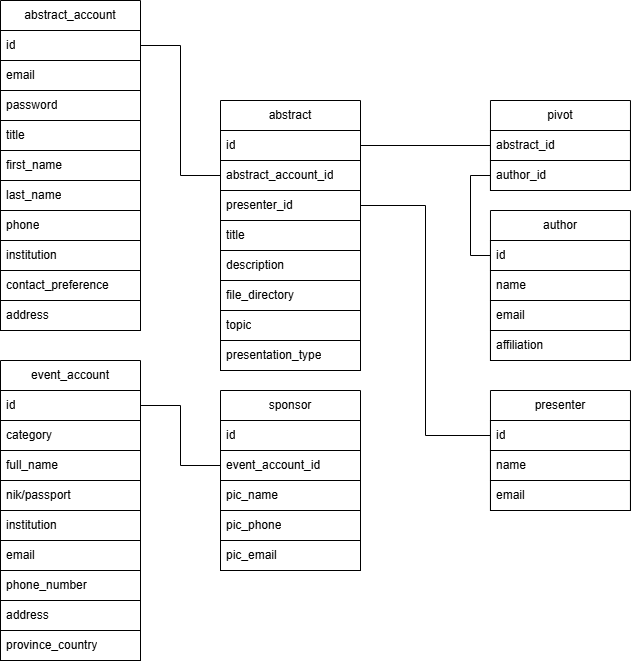
This is notes/classDiagram.drawio.png from LaughingOracle/abstrak, a draw.io export, as it was before one commit. Source tidied: cells renumbered, new cells last; positions are measured from the earlier drawing's top-left corner, leaving out a move shared by most shapes.
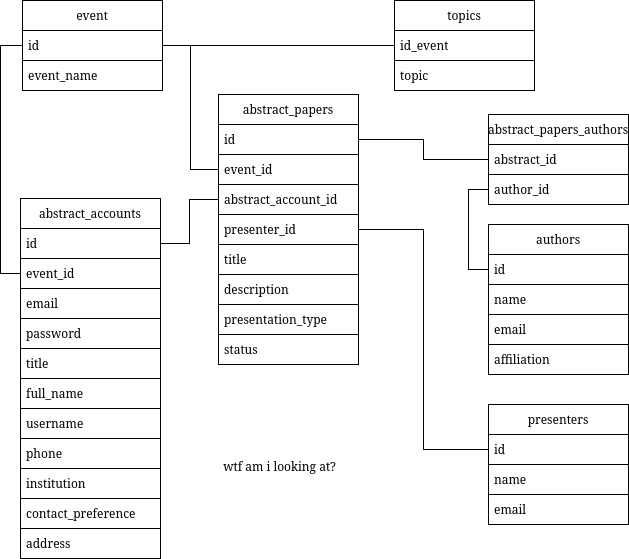
Later version of the same file.

The edit, as a diff of the source:
```diff
@@ -2,97 +2,70 @@
   <root>
     <mxCell id="0" />
     <mxCell id="1" parent="0" />
-    <mxCell id="2" value="abstract_account" style="swimlane;fontStyle=0;horizontal=1;startSize=30;html=1;labelBorderColor=none;textShadow=0;swimlaneFillColor=none;swimlaneLine=1;glass=0;strokeColor=default;perimeterSpacing=1;fillStyle=zigzag-line;gradientColor=none;fillColor=none;shadow=0;rounded=0;whiteSpace=wrap;labelBackgroundColor=default;" parent="1" vertex="1">
-      <mxGeometry width="140" height="330" as="geometry" />
+    <mxCell id="2" value="abstract_accounts" style="swimlane;fontStyle=0;horizontal=1;startSize=30;html=1;labelBorderColor=none;textShadow=0;swimlaneFillColor=none;swimlaneLine=1;glass=0;strokeColor=default;perimeterSpacing=1;fillStyle=zigzag-line;gradientColor=none;fillColor=none;shadow=0;rounded=0;whiteSpace=wrap;labelBackgroundColor=default;" parent="1" vertex="1">
+      <mxGeometry x="22" y="184" width="140" height="360" as="geometry" />
     </mxCell>
     <mxCell id="3" value="id" style="text;strokeColor=default;fillColor=none;align=left;verticalAlign=middle;spacingLeft=4;spacingRight=4;overflow=hidden;points=[[0,0.5],[1,0.5]];portConstraint=eastwest;whiteSpace=wrap;html=1;" parent="2" vertex="1">
       <mxGeometry y="30" width="140" height="30" as="geometry" />
     </mxCell>
+    <mxCell id="58" value="event_id" style="text;strokeColor=default;fillColor=none;align=left;verticalAlign=middle;spacingLeft=4;spacingRight=4;overflow=hidden;points=[[0,0.5],[1,0.5]];portConstraint=eastwest;whiteSpace=wrap;html=1;" parent="2" vertex="1">
+      <mxGeometry y="60" width="140" height="30" as="geometry" />
+    </mxCell>
     <mxCell id="4" value="email" style="text;strokeColor=default;fillColor=none;align=left;verticalAlign=middle;spacingLeft=4;spacingRight=4;overflow=hidden;whiteSpace=wrap;html=1;" parent="2" vertex="1">
-      <mxGeometry y="60" width="140" height="30" as="geometry" />
+      <mxGeometry y="90" width="140" height="30" as="geometry" />
     </mxCell>
     <mxCell id="5" value="password" style="text;strokeColor=default;fillColor=none;align=left;verticalAlign=middle;spacingLeft=4;spacingRight=4;overflow=hidden;whiteSpace=wrap;html=1;" parent="2" vertex="1">
-      <mxGeometry y="90" width="140" height="30" as="geometry" />
+      <mxGeometry y="120" width="140" height="30" as="geometry" />
     </mxCell>
     <mxCell id="6" value="title" style="text;strokeColor=default;fillColor=none;align=left;verticalAlign=middle;spacingLeft=4;spacingRight=4;overflow=hidden;whiteSpace=wrap;html=1;" parent="2" vertex="1">
-      <mxGeometry y="120" width="140" height="30" as="geometry" />
+      <mxGeometry y="150" width="140" height="30" as="geometry" />
     </mxCell>
-    <mxCell id="7" value="first_name" style="text;strokeColor=default;fillColor=none;align=left;verticalAlign=middle;spacingLeft=4;spacingRight=4;overflow=hidden;whiteSpace=wrap;html=1;" parent="2" vertex="1">
-      <mxGeometry y="150" width="140" height="30" as="geometry" />
+    <mxCell id="7" value="full_name" style="text;strokeColor=default;fillColor=none;align=left;verticalAlign=middle;spacingLeft=4;spacingRight=4;overflow=hidden;whiteSpace=wrap;html=1;" parent="2" vertex="1">
+      <mxGeometry y="180" width="140" height="30" as="geometry" />
     </mxCell>
-    <mxCell id="8" value="last_name" style="text;strokeColor=default;fillColor=none;align=left;verticalAlign=middle;spacingLeft=4;spacingRight=4;overflow=hidden;whiteSpace=wrap;html=1;" parent="2" vertex="1">
-      <mxGeometry y="180" width="140" height="30" as="geometry" />
+    <mxCell id="8" value="username" style="text;strokeColor=default;fillColor=none;align=left;verticalAlign=middle;spacingLeft=4;spacingRight=4;overflow=hidden;whiteSpace=wrap;html=1;" parent="2" vertex="1">
+      <mxGeometry y="210" width="140" height="30" as="geometry" />
     </mxCell>
     <mxCell id="9" value="phone" style="text;strokeColor=default;fillColor=none;align=left;verticalAlign=middle;spacingLeft=4;spacingRight=4;overflow=hidden;whiteSpace=wrap;html=1;" parent="2" vertex="1">
-      <mxGeometry y="210" width="140" height="30" as="geometry" />
+      <mxGeometry y="240" width="140" height="30" as="geometry" />
     </mxCell>
     <mxCell id="10" value="institution" style="text;strokeColor=default;fillColor=none;align=left;verticalAlign=middle;spacingLeft=4;spacingRight=4;overflow=hidden;whiteSpace=wrap;html=1;" parent="2" vertex="1">
-      <mxGeometry y="240" width="140" height="30" as="geometry" />
+      <mxGeometry y="270" width="140" height="30" as="geometry" />
     </mxCell>
     <mxCell id="11" value="contact_preference" style="text;strokeColor=default;fillColor=none;align=left;verticalAlign=middle;spacingLeft=4;spacingRight=4;overflow=hidden;whiteSpace=wrap;html=1;" parent="2" vertex="1">
-      <mxGeometry y="270" width="140" height="30" as="geometry" />
+      <mxGeometry y="300" width="140" height="30" as="geometry" />
     </mxCell>
     <mxCell id="12" value="address" style="text;strokeColor=default;fillColor=none;align=left;verticalAlign=middle;spacingLeft=4;spacingRight=4;overflow=hidden;whiteSpace=wrap;html=1;" parent="2" vertex="1">
-      <mxGeometry y="300" width="140" height="30" as="geometry" />
+      <mxGeometry y="330" width="140" height="30" as="geometry" />
     </mxCell>
-    <mxCell id="13" value="event_account" style="swimlane;fontStyle=0;horizontal=1;startSize=30;whiteSpace=wrap;html=1;" parent="1" vertex="1">
-      <mxGeometry y="360" width="140" height="300" as="geometry" />
-    </mxCell>
-    <mxCell id="14" value="id" style="text;strokeColor=default;fillColor=none;align=left;verticalAlign=middle;spacingLeft=4;spacingRight=4;overflow=hidden;points=[[0,0.5],[1,0.5]];portConstraint=eastwest;whiteSpace=wrap;html=1;" parent="13" vertex="1">
-      <mxGeometry y="30" width="140" height="30" as="geometry" />
-    </mxCell>
-    <mxCell id="15" value="category" style="text;strokeColor=default;fillColor=none;align=left;verticalAlign=middle;spacingLeft=4;spacingRight=4;overflow=hidden;whiteSpace=wrap;html=1;" parent="13" vertex="1">
-      <mxGeometry y="60" width="140" height="30" as="geometry" />
-    </mxCell>
-    <mxCell id="16" value="full_name" style="text;strokeColor=default;fillColor=none;align=left;verticalAlign=middle;spacingLeft=4;spacingRight=4;overflow=hidden;whiteSpace=wrap;html=1;" parent="13" vertex="1">
-      <mxGeometry y="90" width="140" height="30" as="geometry" />
-    </mxCell>
-    <mxCell id="17" value="nik/passport" style="text;strokeColor=default;fillColor=none;align=left;verticalAlign=middle;spacingLeft=4;spacingRight=4;overflow=hidden;whiteSpace=wrap;html=1;" parent="13" vertex="1">
-      <mxGeometry y="120" width="140" height="30" as="geometry" />
-    </mxCell>
-    <mxCell id="18" value="institution" style="text;strokeColor=default;fillColor=none;align=left;verticalAlign=middle;spacingLeft=4;spacingRight=4;overflow=hidden;whiteSpace=wrap;html=1;" parent="13" vertex="1">
-      <mxGeometry y="150" width="140" height="30" as="geometry" />
-    </mxCell>
-    <mxCell id="19" value="email" style="text;strokeColor=default;fillColor=none;align=left;verticalAlign=middle;spacingLeft=4;spacingRight=4;overflow=hidden;whiteSpace=wrap;html=1;" parent="13" vertex="1">
-      <mxGeometry y="180" width="140" height="30" as="geometry" />
-    </mxCell>
-    <mxCell id="20" value="phone_number" style="text;strokeColor=default;fillColor=none;align=left;verticalAlign=middle;spacingLeft=4;spacingRight=4;overflow=hidden;whiteSpace=wrap;html=1;" parent="13" vertex="1">
-      <mxGeometry y="210" width="140" height="30" as="geometry" />
-    </mxCell>
-    <mxCell id="21" value="address" style="text;strokeColor=default;fillColor=none;align=left;verticalAlign=middle;spacingLeft=4;spacingRight=4;overflow=hidden;whiteSpace=wrap;html=1;" parent="13" vertex="1">
-      <mxGeometry y="240" width="140" height="30" as="geometry" />
-    </mxCell>
-    <mxCell id="22" value="province_country" style="text;strokeColor=default;fillColor=none;align=left;verticalAlign=middle;spacingLeft=4;spacingRight=4;overflow=hidden;whiteSpace=wrap;html=1;" parent="13" vertex="1">
-      <mxGeometry y="270" width="140" height="30" as="geometry" />
-    </mxCell>
-    <mxCell id="23" value="abstract" style="swimlane;fontStyle=0;horizontal=1;startSize=30;whiteSpace=wrap;html=1;" parent="1" vertex="1">
-      <mxGeometry x="220" y="100" width="140" height="270" as="geometry" />
+    <mxCell id="23" value="abstract_papers" style="swimlane;fontStyle=0;horizontal=1;startSize=30;whiteSpace=wrap;html=1;" parent="1" vertex="1">
+      <mxGeometry x="220" y="80" width="140" height="270" as="geometry" />
     </mxCell>
     <mxCell id="24" value="id" style="text;strokeColor=default;fillColor=none;align=left;verticalAlign=middle;spacingLeft=4;spacingRight=4;overflow=hidden;points=[[0,0.5],[1,0.5]];portConstraint=eastwest;whiteSpace=wrap;html=1;" parent="23" vertex="1">
       <mxGeometry y="30" width="140" height="30" as="geometry" />
     </mxCell>
+    <mxCell id="59" value="event_id" style="text;strokeColor=default;fillColor=none;align=left;verticalAlign=middle;spacingLeft=4;spacingRight=4;overflow=hidden;points=[[0,0.5],[1,0.5]];portConstraint=eastwest;whiteSpace=wrap;html=1;" parent="23" vertex="1">
+      <mxGeometry y="60" width="140" height="30" as="geometry" />
+    </mxCell>
     <mxCell id="25" value="abstract_account_id" style="text;strokeColor=default;fillColor=none;align=left;verticalAlign=middle;spacingLeft=4;spacingRight=4;overflow=hidden;points=[[0,0.5],[1,0.5]];portConstraint=eastwest;whiteSpace=wrap;html=1;" parent="23" vertex="1">
-      <mxGeometry y="60" width="140" height="30" as="geometry" />
+      <mxGeometry y="90" width="140" height="30" as="geometry" />
     </mxCell>
     <mxCell id="26" value="presenter_id" style="text;strokeColor=default;fillColor=none;align=left;verticalAlign=middle;spacingLeft=4;spacingRight=4;overflow=hidden;points=[[0,0.5],[1,0.5]];portConstraint=eastwest;whiteSpace=wrap;html=1;" parent="23" vertex="1">
-      <mxGeometry y="90" width="140" height="30" as="geometry" />
+      <mxGeometry y="120" width="140" height="30" as="geometry" />
     </mxCell>
     <mxCell id="27" value="title" style="text;strokeColor=default;fillColor=none;align=left;verticalAlign=middle;spacingLeft=4;spacingRight=4;overflow=hidden;whiteSpace=wrap;html=1;" parent="23" vertex="1">
-      <mxGeometry y="120" width="140" height="30" as="geometry" />
+      <mxGeometry y="150" width="140" height="30" as="geometry" />
     </mxCell>
     <mxCell id="28" value="description" style="text;strokeColor=default;fillColor=none;align=left;verticalAlign=middle;spacingLeft=4;spacingRight=4;overflow=hidden;whiteSpace=wrap;html=1;" parent="23" vertex="1">
-      <mxGeometry y="150" width="140" height="30" as="geometry" />
+      <mxGeometry y="180" width="140" height="30" as="geometry" />
     </mxCell>
-    <mxCell id="29" value="file_directory" style="text;strokeColor=default;fillColor=none;align=left;verticalAlign=middle;spacingLeft=4;spacingRight=4;overflow=hidden;whiteSpace=wrap;html=1;" parent="23" vertex="1">
-      <mxGeometry y="180" width="140" height="30" as="geometry" />
-    </mxCell>
-    <mxCell id="30" value="topic" style="text;strokeColor=default;fillColor=none;align=left;verticalAlign=middle;spacingLeft=4;spacingRight=4;overflow=hidden;whiteSpace=wrap;html=1;" parent="23" vertex="1">
-      <mxGeometry y="210" width="140" height="30" as="geometry" />
-    </mxCell>
     <mxCell id="31" value="presentation_type" style="text;strokeColor=default;fillColor=none;align=left;verticalAlign=middle;spacingLeft=4;spacingRight=4;overflow=hidden;whiteSpace=wrap;html=1;" parent="23" vertex="1">
-      <mxGeometry y="240" width="140" height="30" as="geometry" />
+      <mxGeometry y="210" width="140" height="30" as="geometry" />
     </mxCell>
+    <mxCell id="60" value="status" style="text;strokeColor=default;fillColor=none;align=left;verticalAlign=middle;spacingLeft=4;spacingRight=4;overflow=hidden;whiteSpace=wrap;html=1;" parent="23" vertex="1">
+      <mxGeometry y="240" width="140" height="30" as="geometry" />
+    </mxCell>
-    <mxCell id="32" value="author" style="swimlane;fontStyle=0;horizontal=1;startSize=30;whiteSpace=wrap;html=1;" parent="1" vertex="1">
+    <mxCell id="32" value="authors" style="swimlane;fontStyle=0;horizontal=1;startSize=30;whiteSpace=wrap;html=1;" parent="1" vertex="1">
       <mxGeometry x="490" y="210" width="140" height="150" as="geometry" />
     </mxCell>
     <mxCell id="33" value="id" style="text;strokeColor=default;fillColor=none;align=left;verticalAlign=middle;spacingLeft=4;spacingRight=4;overflow=hidden;points=[[0,0.5],[1,0.5]];portConstraint=eastwest;whiteSpace=wrap;html=1;" parent="32" vertex="1">
@@ -107,7 +80,7 @@
     <mxCell id="36" value="affiliation" style="text;strokeColor=default;fillColor=none;align=left;verticalAlign=middle;spacingLeft=4;spacingRight=4;overflow=hidden;whiteSpace=wrap;html=1;" parent="32" vertex="1">
       <mxGeometry y="120" width="140" height="30" as="geometry" />
     </mxCell>
-    <mxCell id="37" value="presenter" style="swimlane;fontStyle=0;horizontal=1;startSize=30;whiteSpace=wrap;html=1;" parent="1" vertex="1">
+    <mxCell id="37" value="presenters" style="swimlane;fontStyle=0;horizontal=1;startSize=30;whiteSpace=wrap;html=1;" parent="1" vertex="1">
       <mxGeometry x="490" y="390" width="140" height="120" as="geometry" />
     </mxCell>
     <mxCell id="38" value="id" style="text;strokeColor=default;fillColor=none;align=left;verticalAlign=middle;spacingLeft=4;spacingRight=4;overflow=hidden;points=[[0,0.5],[1,0.5]];portConstraint=eastwest;whiteSpace=wrap;html=1;" parent="37" vertex="1">
@@ -119,31 +92,10 @@
     <mxCell id="40" value="email" style="text;strokeColor=default;fillColor=none;align=left;verticalAlign=middle;spacingLeft=4;spacingRight=4;overflow=hidden;whiteSpace=wrap;html=1;" parent="37" vertex="1">
       <mxGeometry y="90" width="140" height="30" as="geometry" />
     </mxCell>
-    <mxCell id="41" value="sponsor" style="swimlane;fontStyle=0;horizontal=1;startSize=30;whiteSpace=wrap;html=1;" parent="1" vertex="1">
-      <mxGeometry x="220" y="390" width="140" height="180" as="geometry" />
-    </mxCell>
-    <mxCell id="42" value="id" style="text;strokeColor=default;fillColor=none;align=left;verticalAlign=middle;spacingLeft=4;spacingRight=4;overflow=hidden;whiteSpace=wrap;html=1;" parent="41" vertex="1">
-      <mxGeometry y="30" width="140" height="30" as="geometry" />
-    </mxCell>
-    <mxCell id="43" value="event_account_id" style="text;strokeColor=default;fillColor=none;align=left;verticalAlign=middle;spacingLeft=4;spacingRight=4;overflow=hidden;points=[[0,0.5],[1,0.5]];portConstraint=eastwest;whiteSpace=wrap;html=1;" parent="41" vertex="1">
-      <mxGeometry y="60" width="140" height="30" as="geometry" />
-    </mxCell>
-    <mxCell id="44" value="pic_name" style="text;strokeColor=default;fillColor=none;align=left;verticalAlign=middle;spacingLeft=4;spacingRight=4;overflow=hidden;whiteSpace=wrap;html=1;" parent="41" vertex="1">
-      <mxGeometry y="90" width="140" height="30" as="geometry" />
-    </mxCell>
-    <mxCell id="45" value="pic_phone" style="text;strokeColor=default;fillColor=none;align=left;verticalAlign=middle;spacingLeft=4;spacingRight=4;overflow=hidden;whiteSpace=wrap;html=1;" parent="41" vertex="1">
-      <mxGeometry y="120" width="140" height="30" as="geometry" />
-    </mxCell>
-    <mxCell id="46" value="pic_email" style="text;strokeColor=default;fillColor=none;align=left;verticalAlign=middle;spacingLeft=4;spacingRight=4;overflow=hidden;whiteSpace=wrap;html=1;" parent="41" vertex="1">
-      <mxGeometry y="150" width="140" height="30" as="geometry" />
-    </mxCell>
     <mxCell id="47" style="edgeStyle=orthogonalEdgeStyle;rounded=0;jettySize=auto;html=1;exitX=1;exitY=0.5;exitDx=0;exitDy=0;entryX=0;entryY=0.5;entryDx=0;entryDy=0;endArrow=none;startFill=0;" parent="1" edge="1" source="3" target="25">
       <mxGeometry relative="1" as="geometry" />
     </mxCell>
-    <mxCell id="48" style="edgeStyle=orthogonalEdgeStyle;rounded=0;jettySize=auto;html=1;exitX=1;exitY=0.5;exitDx=0;exitDy=0;entryX=0;entryY=0.5;entryDx=0;entryDy=0;endArrow=none;startFill=0;" parent="1" edge="1" source="14">
-      <mxGeometry relative="1" as="geometry" />
-    </mxCell>
-    <mxCell id="49" value="pivot" style="swimlane;fontStyle=0;horizontal=1;startSize=30;whiteSpace=wrap;html=1;" parent="1" vertex="1">
+    <mxCell id="49" value="abstract_papers_authors" style="swimlane;fontStyle=0;horizontal=1;startSize=30;whiteSpace=wrap;html=1;" parent="1" vertex="1">
       <mxGeometry x="490" y="100" width="140" height="90" as="geometry" />
     </mxCell>
     <mxCell id="50" value="abstract_id" style="text;strokeColor=default;fillColor=none;align=left;verticalAlign=middle;spacingLeft=4;spacingRight=4;overflow=hidden;points=[[0,0.5],[1,0.5]];portConstraint=eastwest;whiteSpace=wrap;html=1;" parent="49" vertex="1">
@@ -164,11 +116,38 @@
     <mxCell id="55" style="edgeStyle=orthogonalEdgeStyle;rounded=0;jettySize=auto;html=1;exitX=1;exitY=0.5;exitDx=0;exitDy=0;entryX=0;entryY=0.5;entryDx=0;entryDy=0;endArrow=none;startFill=0;" parent="1" edge="1" source="26" target="38">
       <mxGeometry relative="1" as="geometry" />
     </mxCell>
-    <mxCell id="56" style="edgeStyle=orthogonalEdgeStyle;rounded=0;jettySize=auto;html=1;exitX=1;exitY=0.5;exitDx=0;exitDy=0;entryX=0;entryY=0.5;entryDx=0;entryDy=0;endArrow=none;startFill=0;" parent="1" edge="1" source="14" target="43">
-      <mxGeometry relative="1" as="geometry" />
-    </mxCell>
     <mxCell id="57" style="edgeStyle=orthogonalEdgeStyle;rounded=0;jettySize=auto;html=1;exitX=0;exitY=0.5;exitDx=0;exitDy=0;entryX=0;entryY=0.5;entryDx=0;entryDy=0;endArrow=none;startFill=0;" parent="1" edge="1" source="51" target="33">
       <mxGeometry relative="1" as="geometry" />
     </mxCell>
+    <mxCell id="61" value="event" style="swimlane;fontStyle=0;horizontal=1;startSize=30;whiteSpace=wrap;html=1;" parent="1" vertex="1">
+      <mxGeometry x="24" y="-14" width="140" height="90" as="geometry" />
+    </mxCell>
+    <mxCell id="62" value="id" style="text;strokeColor=default;fillColor=none;align=left;verticalAlign=middle;spacingLeft=4;spacingRight=4;overflow=hidden;points=[[0,0.5],[1,0.5]];portConstraint=eastwest;whiteSpace=wrap;html=1;" parent="61" vertex="1">
+      <mxGeometry y="30" width="140" height="30" as="geometry" />
+    </mxCell>
+    <mxCell id="63" value="event_name" style="text;strokeColor=default;fillColor=none;align=left;verticalAlign=middle;spacingLeft=4;spacingRight=4;overflow=hidden;whiteSpace=wrap;html=1;" parent="61" vertex="1">
+      <mxGeometry y="60" width="140" height="30" as="geometry" />
+    </mxCell>
+    <mxCell id="64" value="topics" style="swimlane;fontStyle=0;horizontal=1;startSize=30;whiteSpace=wrap;html=1;" parent="1" vertex="1">
+      <mxGeometry x="396" y="-14" width="140" height="90" as="geometry" />
+    </mxCell>
+    <mxCell id="65" value="id_event" style="text;strokeColor=default;fillColor=none;align=left;verticalAlign=middle;spacingLeft=4;spacingRight=4;overflow=hidden;points=[[0,0.5],[1,0.5]];portConstraint=eastwest;whiteSpace=wrap;html=1;" parent="64" vertex="1">
+      <mxGeometry y="30" width="140" height="30" as="geometry" />
+    </mxCell>
+    <mxCell id="30" value="topic" style="text;strokeColor=default;fillColor=none;align=left;verticalAlign=middle;spacingLeft=4;spacingRight=4;overflow=hidden;whiteSpace=wrap;html=1;" parent="64" vertex="1">
+      <mxGeometry y="60" width="140" height="30" as="geometry" />
+    </mxCell>
+    <mxCell id="66" style="edgeStyle=orthogonalEdgeStyle;rounded=0;jettySize=auto;html=1;exitX=0;exitY=0.5;exitDx=0;exitDy=0;entryX=1;entryY=0.5;entryDx=0;entryDy=0;endArrow=none;startFill=0;" parent="1" edge="1" source="65" target="62">
+      <mxGeometry relative="1" as="geometry" />
+    </mxCell>
+    <mxCell id="67" style="edgeStyle=orthogonalEdgeStyle;rounded=0;jettySize=auto;html=1;exitX=0;exitY=0.5;exitDx=0;exitDy=0;endArrow=none;startFill=0;" parent="1" edge="1" source="58" target="62">
+      <mxGeometry relative="1" as="geometry" />
+    </mxCell>
+    <mxCell id="68" value="wtf am i looking at?" style="text;html=1;align=center;verticalAlign=middle;whiteSpace=wrap;rounded=0;" parent="1" vertex="1">
+      <mxGeometry x="186" y="405" width="191" height="94" as="geometry" />
+    </mxCell>
+    <mxCell id="69" style="edgeStyle=orthogonalEdgeStyle;rounded=0;jettySize=auto;html=1;exitX=1;exitY=0.5;exitDx=0;exitDy=0;entryX=0;entryY=0.5;entryDx=0;entryDy=0;endArrow=none;startFill=0;" parent="1" edge="1" source="62" target="59">
+      <mxGeometry relative="1" as="geometry" />
+    </mxCell>
   </root>
 </mxGraphModel>
```
